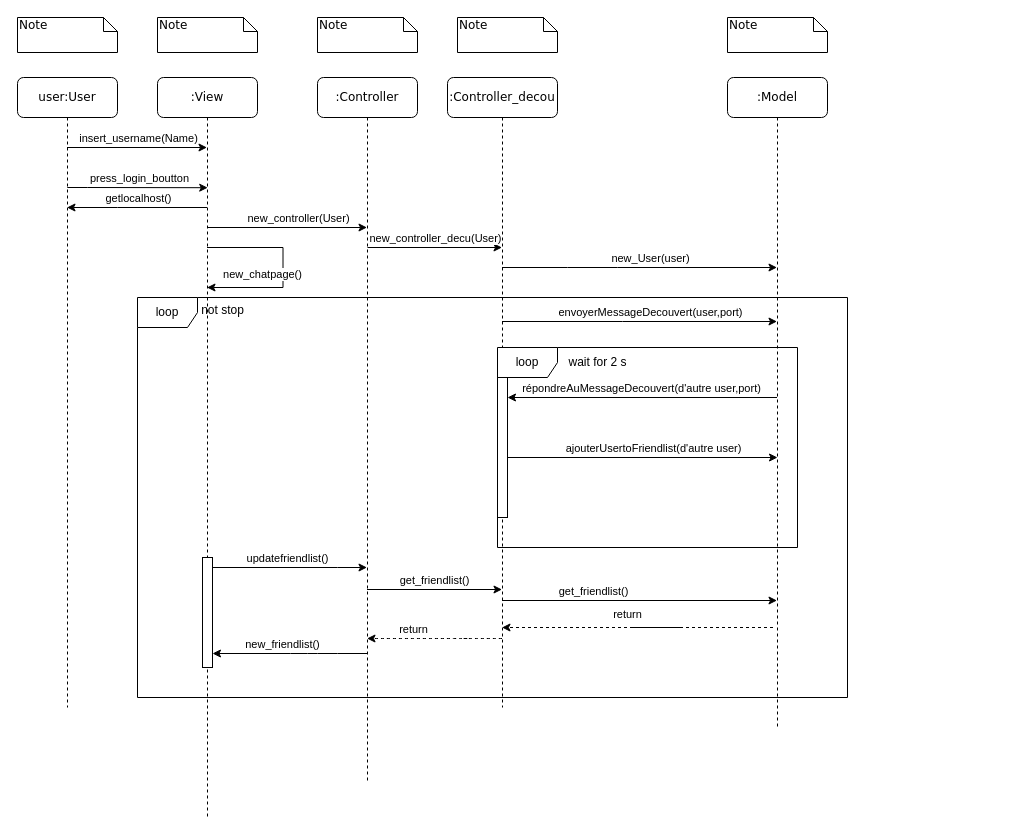
This is doc/uml/sequence connection.drawio from yzhan2911/chatsysteme, a draw.io file, before an edit. Source tidied: cells renumbered, new cells numbered last; positions are measured from the earlier drawing's top-left corner, leaving out a move shared by most shapes. Both pictures are drawn from the tidied source at 100%, with x=0, y=0 at pixel (17, 17).
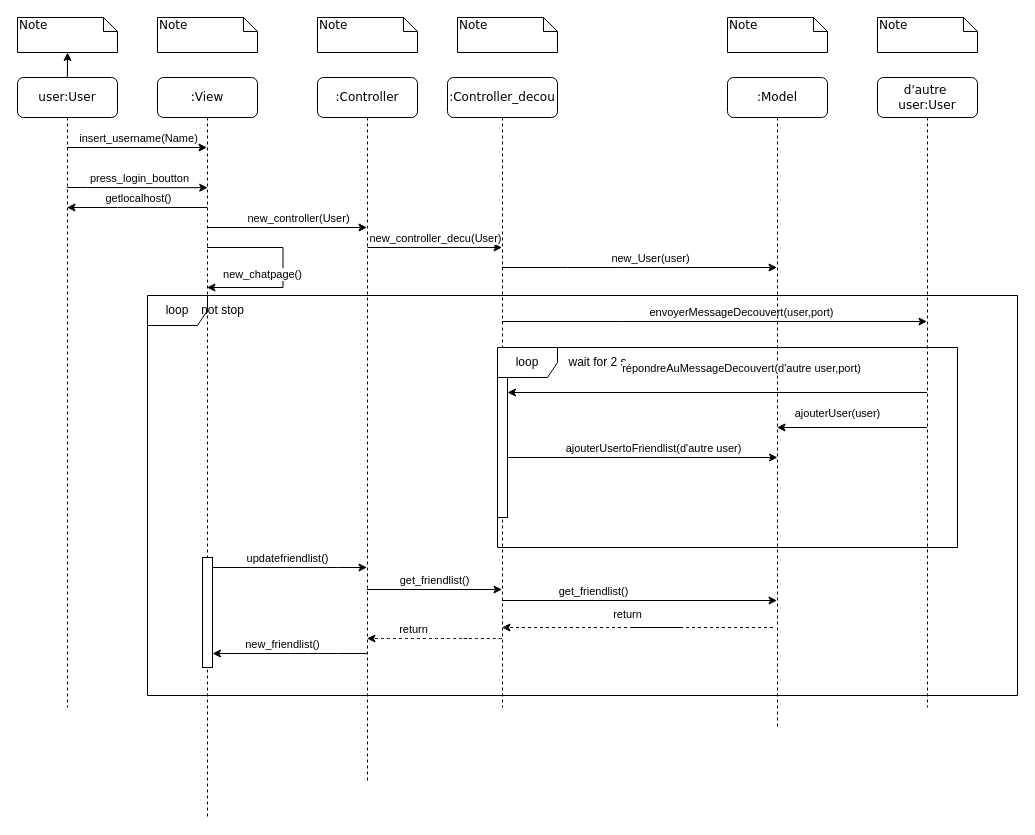
The same page after the edit.

Commit message (it also covers changes not shown here):
sequence deconnxion,un bouton de renouveller list

Unchanged cells that the change refers to:
```xml
<mxCell id="8" style="html=1;points=[[0,0,0,0,5],[0,1,0,0,-5],[1,0,0,0,5],[1,1,0,0,-5]];perimeter=orthogonalPerimeter;outlineConnect=0;targetShapes=umlLifeline;portConstraint=eastwest;newEdgeStyle={&quot;curved&quot;:0,&quot;rounded&quot;:0};" parent="7" vertex="1">
  <mxGeometry x="50" y="290" width="10" height="150" as="geometry" />
</mxCell>
<mxCell id="9" value="user:User" style="shape=umlLifeline;perimeter=lifelinePerimeter;whiteSpace=wrap;html=1;outlineConnect=0;rounded=1;shadow=0;comic=0;labelBackgroundColor=none;strokeWidth=1;fontFamily=Verdana;fontSize=12;align=center;" parent="1" vertex="1">
  <mxGeometry y="60" width="100" height="630" as="geometry" />
</mxCell>
<mxCell id="10" value="Note" style="shape=note;whiteSpace=wrap;html=1;size=14;verticalAlign=top;align=left;spacingTop=-6;rounded=0;shadow=0;comic=0;labelBackgroundColor=none;strokeWidth=1;fontFamily=Verdana;fontSize=12;" parent="1" vertex="1">
  <mxGeometry width="100" height="35" as="geometry" />
</mxCell>
<mxCell id="39" value=":Model" style="shape=umlLifeline;perimeter=lifelinePerimeter;whiteSpace=wrap;html=1;outlineConnect=0;rounded=1;shadow=0;comic=0;labelBackgroundColor=none;strokeWidth=1;fontFamily=Verdana;fontSize=12;align=center;" parent="1" vertex="1">
  <mxGeometry x="710" y="60" width="100" height="650" as="geometry" />
</mxCell>
```

Diff of the diagram source:
```diff
@@
+    <mxCell id="50" style="edgeStyle=orthogonalEdgeStyle;rounded=0;jettySize=auto;html=1;" parent="1" edge="1" source="9" target="10">
+      <mxGeometry relative="1" as="geometry" />
+    </mxCell>
@@
-    <mxCell id="25" style="endArrow=classic;html=1;rounded=0;" parent="1" edge="1">
+    <mxCell id="25" style="endArrow=classic;html=1;rounded=0;" parent="1" edge="1" target="51">
       <mxGeometry relative="1" as="geometry">
         <mxPoint x="484.5" y="304" as="sourcePoint" />
-        <mxPoint x="759.5" y="304" as="targetPoint" />
         <Array as="points">
           <mxPoint x="605" y="304" />
         </Array>
       </mxGeometry>
     </mxCell>
@@
-    <mxCell id="27" style="endArrow=classic;html=1;rounded=0;" parent="1" edge="1" source="39" target="8">
-      <mxGeometry relative="1" as="geometry">
-        <Array as="points">
-          <mxPoint x="560" y="380" />
-          <mxPoint x="610" y="380" />
-        </Array>
-      </mxGeometry>
-    </mxCell>
-    <mxCell id="28" value="&lt;div&gt;répondreAuMessageDecouvert(d'autre user,port)&lt;/div&gt;" style="edgeLabel;html=1;align=center;verticalAlign=middle;" parent="27" vertex="1">
-      <mxGeometry x="0.47" y="-4" relative="1" as="geometry">
-        <mxPoint x="36" y="-6" as="offset" />
-      </mxGeometry>
-    </mxCell>
     <mxCell id="29" value="loop" style="shape=umlFrame;whiteSpace=wrap;html=1;" parent="1" vertex="1">
-      <mxGeometry x="480" y="330" width="300" height="200" as="geometry" />
+      <mxGeometry x="480" y="330" width="460" height="200" as="geometry" />
     </mxCell>
@@
     <mxCell id="48" value="loop" style="shape=umlFrame;whiteSpace=wrap;html=1;" parent="1" vertex="1">
-      <mxGeometry x="120" y="280" width="710" height="400" as="geometry" />
+      <mxGeometry x="130" y="278" width="870" height="400" as="geometry" />
     </mxCell>
@@
+    <mxCell id="51" value="d'autre&amp;nbsp; user:User" style="shape=umlLifeline;perimeter=lifelinePerimeter;whiteSpace=wrap;html=1;outlineConnect=0;rounded=1;shadow=0;comic=0;labelBackgroundColor=none;strokeWidth=1;fontFamily=Verdana;fontSize=12;align=center;" parent="1" vertex="1">
+      <mxGeometry x="860" y="60" width="100" height="630" as="geometry" />
+    </mxCell>
+    <mxCell id="52" value="Note" style="shape=note;whiteSpace=wrap;html=1;size=14;verticalAlign=top;align=left;spacingTop=-6;rounded=0;shadow=0;comic=0;labelBackgroundColor=none;strokeWidth=1;fontFamily=Verdana;fontSize=12;" parent="1" vertex="1">
+      <mxGeometry x="860" width="100" height="35" as="geometry" />
+    </mxCell>
+    <mxCell id="53" style="endArrow=classic;html=1;rounded=0;" parent="1" edge="1" source="51" target="8">
+      <mxGeometry relative="1" as="geometry" />
+    </mxCell>
+    <mxCell id="28" value="&lt;div&gt;répondreAuMessageDecouvert(d'autre user,port)&lt;/div&gt;" style="edgeLabel;html=1;align=center;verticalAlign=middle;" parent="53" vertex="1">
+      <mxGeometry x="-0.11" y="-4" relative="1" as="geometry">
+        <mxPoint x="1" y="-21" as="offset" />
+      </mxGeometry>
+    </mxCell>
+    <mxCell id="54" style="endArrow=classic;html=1;rounded=0;" parent="1" edge="1">
+      <mxGeometry relative="1" as="geometry">
+        <mxPoint x="909.5" y="410" as="sourcePoint" />
+        <mxPoint x="759.5" y="410" as="targetPoint" />
+      </mxGeometry>
+    </mxCell>
+    <mxCell id="55" value="&lt;div&gt;ajouterUser(user)&lt;/div&gt;" style="edgeLabel;html=1;align=center;verticalAlign=middle;" parent="54" vertex="1">
+      <mxGeometry x="0.21" relative="1" as="geometry">
+        <mxPoint x="1" y="-15" as="offset" />
+      </mxGeometry>
+    </mxCell>
```
